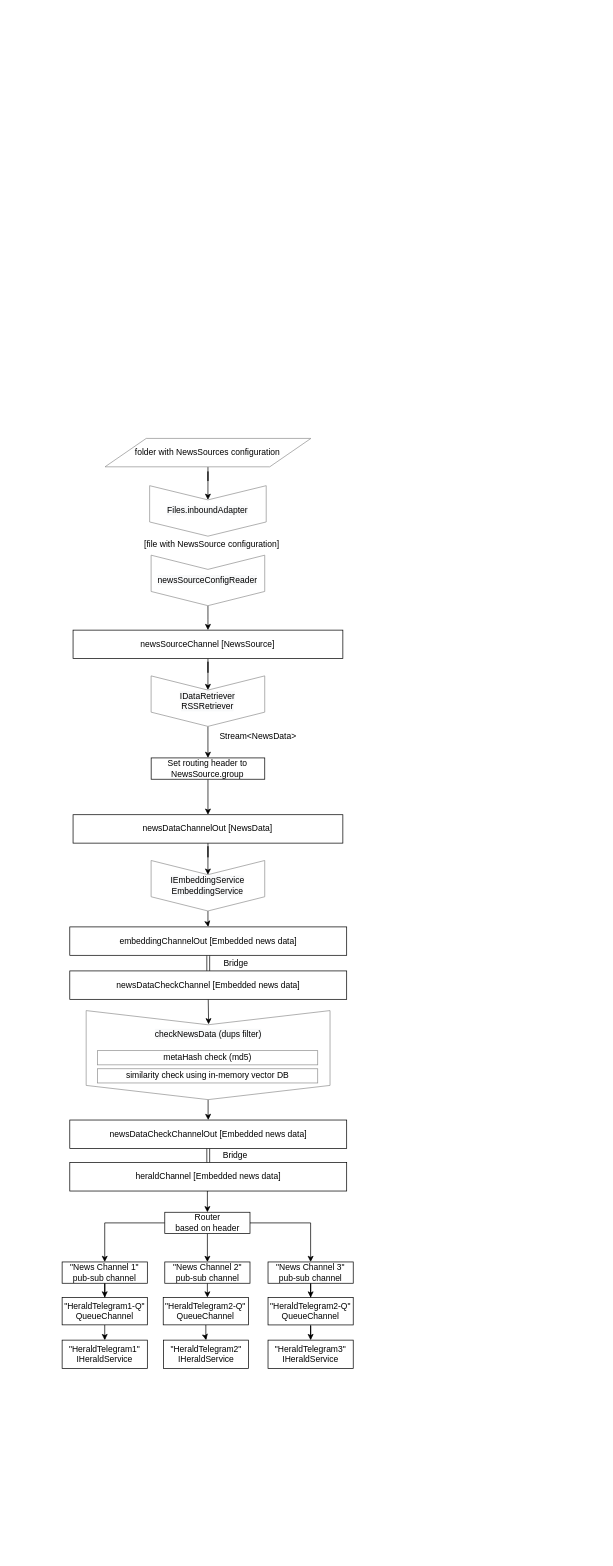
This is doc/llmka_flow_schema.drawio from Sevick/llmka, a draw.io file, before an edit. Source tidied: cells renumbered, new cells numbered last; positions are measured from the earlier drawing's top-left corner, leaving out a move shared by most shapes. Both pictures are drawn from the tidied source at 71%, with x=0, y=0 at pixel (62, 438).
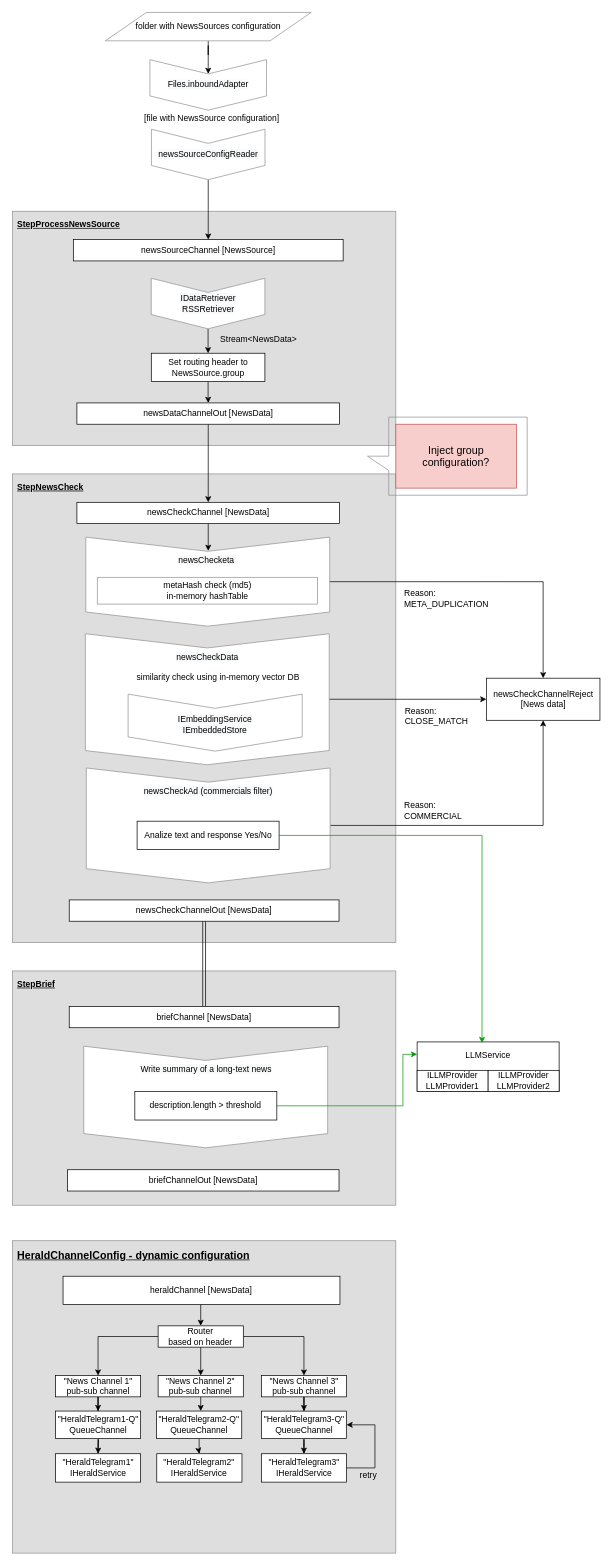
After the change.

The edit, as a diff of the source:
```diff
@@
-    <mxCell id="2" style="edgeStyle=orthogonalEdgeStyle;rounded=0;jettySize=auto;html=1;entryX=0.5;entryY=0;entryDx=0;entryDy=0;" parent="1" edge="1" source="3" target="43">
-      <mxGeometry relative="1" as="geometry" />
-    </mxCell>
+    <mxCell id="52" value="&lt;b&gt;&lt;u&gt;HeraldChannelConfig - dynamic configuration&lt;/u&gt;&lt;/b&gt;" style="rounded=0;whiteSpace=wrap;html=1;labelBackgroundColor=none;strokeColor=#919191;fillColor=#DEDEDE;fontSize=15;fontColor=#000000;align=left;verticalAlign=top;spacingLeft=5;spacingTop=5;" parent="1" vertex="1">
+      <mxGeometry x="-70" y="1130" width="540" height="440" as="geometry" />
+    </mxCell>
+    <mxCell id="53" value="&lt;b&gt;&lt;u&gt;StepProcessNewsSource&lt;/u&gt;&lt;/b&gt;" style="rounded=0;whiteSpace=wrap;html=1;fillColor=#DEDEDE;verticalAlign=top;align=left;spacingTop=5;spacingLeft=5;strokeColor=#919191;" parent="1" vertex="1">
+      <mxGeometry x="-70" y="-320" width="540" height="330" as="geometry" />
+    </mxCell>
+    <mxCell id="54" value="&lt;b&gt;&lt;u&gt;StepBrief&lt;/u&gt;&lt;/b&gt;" style="rounded=0;whiteSpace=wrap;html=1;fillColor=#DEDEDE;align=left;verticalAlign=top;spacingLeft=5;spacingTop=5;strokeColor=#919191;" parent="1" vertex="1">
+      <mxGeometry x="-70" y="750" width="540" height="330" as="geometry" />
+    </mxCell>
+    <mxCell id="55" value="&lt;b&gt;&lt;u&gt;StepNewsCheck&lt;/u&gt;&lt;/b&gt;" style="rounded=0;whiteSpace=wrap;html=1;fillColor=#DEDEDE;verticalAlign=top;align=left;spacingTop=5;spacingLeft=5;strokeColor=#919191;" parent="1" vertex="1">
+      <mxGeometry x="-70" y="50" width="540" height="660" as="geometry" />
+    </mxCell>
+    <mxCell id="56" style="edgeStyle=orthogonalEdgeStyle;rounded=0;jettySize=auto;html=1;entryX=0;entryY=0.5;entryDx=0;entryDy=0;" parent="1" edge="1" source="58" target="65">
+      <mxGeometry relative="1" as="geometry" />
+    </mxCell>
+    <mxCell id="57" value="Reason:&lt;br&gt;CLOSE_MATCH" style="text;html=1;align=left;verticalAlign=middle;labelBackgroundColor=none;" parent="56" vertex="1">
+      <mxGeometry x="-0.2" y="-2" relative="1" as="geometry">
+        <mxPoint x="15.5" y="20.7" as="offset" />
+      </mxGeometry>
+    </mxCell>
+    <mxCell id="58" value="&lt;span style=&quot;background-color: rgb(248 , 249 , 250)&quot;&gt;newsCheckData&lt;/span&gt;&lt;span style=&quot;background-color: rgb(248 , 249 , 250)&quot;&gt;&lt;br&gt;&lt;/span&gt;" style="shape=step;perimeter=stepPerimeter;whiteSpace=wrap;html=1;fixedSize=1;strokeColor=#919191;rotation=90;horizontal=0;verticalAlign=top;spacingTop=19;" parent="1" vertex="1">
+      <mxGeometry x="112.2" y="195.6" width="184.5" height="343.5" as="geometry" />
+    </mxCell>
+    <mxCell id="59" style="edgeStyle=orthogonalEdgeStyle;rounded=0;jettySize=auto;html=1;entryX=0.5;entryY=0;entryDx=0;entryDy=0;" parent="1" edge="1" source="3" target="65">
+      <mxGeometry relative="1" as="geometry" />
+    </mxCell>
+    <mxCell id="60" value="Reason:&lt;br&gt;META_DUPLICATION" style="text;html=1;align=left;verticalAlign=middle;labelBackgroundColor=none;" parent="59" vertex="1">
+      <mxGeometry x="-0.17" y="3" relative="1" as="geometry">
+        <mxPoint x="-78.2" y="26.8" as="offset" />
+      </mxGeometry>
+    </mxCell>
-    <mxCell id="3" value="&lt;span style=&quot;background-color: rgb(248 , 249 , 250)&quot;&gt;checkNewsData (dups filter)&lt;/span&gt;&lt;span style=&quot;background-color: rgb(248 , 249 , 250)&quot;&gt;&lt;br&gt;&lt;/span&gt;" style="shape=step;perimeter=stepPerimeter;whiteSpace=wrap;html=1;fixedSize=1;strokeColor=#919191;rotation=90;horizontal=0;verticalAlign=top;spacingTop=19;" parent="1" vertex="1">
-      <mxGeometry x="142.9" y="696.8" width="125.4" height="343.5" as="geometry" />
+    <mxCell id="3" value="&lt;span style=&quot;background-color: rgb(248 , 249 , 250)&quot;&gt;newsChecketa&amp;nbsp;&lt;/span&gt;&lt;span style=&quot;background-color: rgb(248 , 249 , 250)&quot;&gt;&lt;br&gt;&lt;/span&gt;" style="shape=step;perimeter=stepPerimeter;whiteSpace=wrap;html=1;fixedSize=1;strokeColor=#919191;rotation=90;horizontal=0;verticalAlign=top;spacingTop=19;" parent="1" vertex="1">
+      <mxGeometry x="142.4" y="30" width="125.4" height="343.5" as="geometry" />
     </mxCell>
-    <mxCell id="4" style="edgeStyle=orthogonalEdgeStyle;rounded=0;jettySize=auto;html=1;entryX=0;entryY=0.5;entryDx=0;entryDy=0;fontSize=19;" parent="1" edge="1" source="5" target="34">
-      <mxGeometry relative="1" as="geometry" />
-    </mxCell>
     <mxCell id="5" value="newsSourceChannel [NewsSource]" style="rounded=0;whiteSpace=wrap;html=1;" parent="1" vertex="1">
-      <mxGeometry x="15.4" y="270" width="380" height="40" as="geometry" />
+      <mxGeometry x="15.8" y="-280" width="380" height="30" as="geometry" />
     </mxCell>
@@
-    <mxCell id="7" style="edgeStyle=orthogonalEdgeStyle;rounded=0;jettySize=auto;html=1;entryX=0;entryY=0.5;entryDx=0;entryDy=0;" parent="1" edge="1" source="8" target="38">
+    <mxCell id="7" style="edgeStyle=orthogonalEdgeStyle;rounded=0;jettySize=auto;html=1;entryX=0.5;entryY=0;entryDx=0;entryDy=0;" parent="1" edge="1" source="8" target="40">
       <mxGeometry relative="1" as="geometry" />
     </mxCell>
     <mxCell id="8" value="newsDataChannelOut [NewsData]" style="rounded=0;whiteSpace=wrap;html=1;" parent="1" vertex="1">
-      <mxGeometry x="15.4" y="530" width="380" height="40" as="geometry" />
+      <mxGeometry x="20.8" y="-50" width="370" height="30" as="geometry" />
     </mxCell>
@@
-    <mxCell id="10" style="edgeStyle=orthogonalEdgeStyle;rounded=0;jettySize=auto;html=1;entryX=0.5;entryY=0;entryDx=0;entryDy=0;startArrow=none;startFill=0;fontSize=19;shape=link;" parent="1" edge="1" source="11" target="40">
-      <mxGeometry relative="1" as="geometry" />
-    </mxCell>
-    <mxCell id="11" value="embeddingChannelOut [Embedded news data]" style="rounded=0;whiteSpace=wrap;html=1;" parent="1" vertex="1">
-      <mxGeometry x="10.8" y="688" width="390" height="40" as="geometry" />
-    </mxCell>
@@
     <mxCell id="14" value="&quot;News Channel 1&quot;&lt;br&gt;pub-sub channel" style="rounded=0;whiteSpace=wrap;html=1;" parent="1" vertex="1">
-      <mxGeometry y="1159.9" width="120" height="30" as="geometry" />
+      <mxGeometry x="-9.4" y="1319.9" width="120" height="30" as="geometry" />
     </mxCell>
     <mxCell id="15" style="edgeStyle=orthogonalEdgeStyle;rounded=0;jettySize=auto;html=1;" parent="1" edge="1" source="16">
       <mxGeometry relative="1" as="geometry">
-        <mxPoint x="204.4" y="1210" as="targetPoint" />
+        <mxPoint x="195" y="1370" as="targetPoint" />
       </mxGeometry>
     </mxCell>
     <mxCell id="16" value="&quot;News Channel 2&quot;&lt;br&gt;pub-sub channel" style="rounded=0;whiteSpace=wrap;html=1;" parent="1" vertex="1">
-      <mxGeometry x="144.6" y="1159.9" width="120" height="30" as="geometry" />
+      <mxGeometry x="135.2" y="1319.9" width="120" height="30" as="geometry" />
     </mxCell>
@@
     <mxCell id="18" value="&quot;News Channel 3&quot;&lt;br&gt;pub-sub channel" style="rounded=0;whiteSpace=wrap;html=1;" parent="1" vertex="1">
-      <mxGeometry x="290" y="1159.9" width="120" height="30" as="geometry" />
+      <mxGeometry x="280.6" y="1319.9" width="120" height="30" as="geometry" />
     </mxCell>
@@
     <mxCell id="22" value="Router&lt;br&gt;based on header" style="rounded=0;whiteSpace=wrap;html=1;" parent="1" vertex="1">
-      <mxGeometry x="144.6" y="1089.9" width="120" height="30" as="geometry" />
+      <mxGeometry x="135.2" y="1249.9" width="120" height="30" as="geometry" />
     </mxCell>
@@
     <mxCell id="24" value="Set routing header to NewsSource.group" style="rounded=0;whiteSpace=wrap;html=1;" parent="1" vertex="1">
-      <mxGeometry x="125.4" y="450" width="160" height="30" as="geometry" />
+      <mxGeometry x="125.6" y="-120" width="160" height="40" as="geometry" />
     </mxCell>
     <mxCell id="25" value="&quot;HeraldTelegram2&quot;&lt;br&gt;IHeraldService" style="rounded=0;whiteSpace=wrap;html=1;" parent="1" vertex="1">
-      <mxGeometry x="142.7" y="1270" width="120" height="40" as="geometry" />
+      <mxGeometry x="133.3" y="1430" width="120" height="40" as="geometry" />
     </mxCell>
+    <mxCell id="61" style="edgeStyle=orthogonalEdgeStyle;rounded=0;jettySize=auto;html=1;entryX=1;entryY=0.5;entryDx=0;entryDy=0;exitX=1;exitY=0.5;exitDx=0;exitDy=0;" parent="1" edge="1" source="26" target="51">
+      <mxGeometry relative="1" as="geometry">
+        <Array as="points">
+          <mxPoint x="440.6" y="1450" />
+          <mxPoint x="440.6" y="1389" />
+        </Array>
+      </mxGeometry>
+    </mxCell>
+    <mxCell id="62" value="retry" style="text;html=1;align=center;verticalAlign=middle;labelBackgroundColor=none;" parent="61" vertex="1">
+      <mxGeometry x="-0.43" y="15" relative="1" as="geometry">
+        <mxPoint x="4.4" y="10" as="offset" />
+      </mxGeometry>
+    </mxCell>
     <mxCell id="26" value="&quot;HeraldTelegram3&quot;&lt;br&gt;IHeraldService&lt;br&gt;" style="rounded=0;whiteSpace=wrap;html=1;" parent="1" vertex="1">
-      <mxGeometry x="290" y="1270" width="120" height="40" as="geometry" />
+      <mxGeometry x="280.6" y="1430" width="120" height="40" as="geometry" />
     </mxCell>
     <mxCell id="27" value="&quot;HeraldTelegram1&quot;&lt;br&gt;IHeraldService&lt;br&gt;" style="rounded=0;whiteSpace=wrap;html=1;" parent="1" vertex="1">
-      <mxGeometry y="1270" width="120" height="40" as="geometry" />
+      <mxGeometry x="-9.4" y="1430" width="120" height="40" as="geometry" />
     </mxCell>
-    <mxCell id="28" value="similarity check using in-memory vector DB" style="rounded=0;whiteSpace=wrap;html=1;strokeColor=#919191;" parent="1" vertex="1">
-      <mxGeometry x="50" y="887.8" width="310" height="20" as="geometry" />
-    </mxCell>
@@
     <mxCell id="30" value="&lt;span style=&quot;white-space: normal ; background-color: rgb(248 , 249 , 250)&quot;&gt;Files.inboundAdapter&lt;/span&gt;" style="shape=step;perimeter=stepPerimeter;whiteSpace=wrap;html=1;fixedSize=1;strokeColor=#919191;rotation=90;horizontal=0;" parent="1" vertex="1">
-      <mxGeometry x="169.8" y="20" width="71.1" height="164.2" as="geometry" />
+      <mxGeometry x="170.2" y="-580" width="71.1" height="164.2" as="geometry" />
     </mxCell>
@@
     <mxCell id="32" value="&lt;span style=&quot;white-space: normal ; background-color: rgb(248 , 249 , 250)&quot;&gt;newsSourceConfigReader&lt;/span&gt;" style="shape=step;perimeter=stepPerimeter;whiteSpace=wrap;html=1;fixedSize=1;strokeColor=#919191;rotation=90;horizontal=0;" parent="1" vertex="1">
-      <mxGeometry x="169.8" y="120" width="71.1" height="160" as="geometry" />
+      <mxGeometry x="170.2" y="-480" width="71.1" height="160" as="geometry" />
     </mxCell>
     <mxCell id="33" value="&lt;span style=&quot;white-space: normal&quot;&gt;folder with NewsSources configuration&lt;/span&gt;" style="shape=parallelogram;perimeter=parallelogramPerimeter;whiteSpace=wrap;html=1;strokeColor=#919191;" parent="1" vertex="1">
-      <mxGeometry x="60.4" width="290" height="40" as="geometry" />
+      <mxGeometry x="60.8" y="-600" width="290" height="40" as="geometry" />
     </mxCell>
     <mxCell id="34" value="&lt;span style=&quot;white-space: normal ; background-color: rgb(248 , 249 , 250)&quot;&gt;IDataRetriever&lt;br&gt;RSSRetriever&lt;br&gt;&lt;/span&gt;" style="shape=step;perimeter=stepPerimeter;whiteSpace=wrap;html=1;fixedSize=1;strokeColor=#919191;rotation=90;horizontal=0;" parent="1" vertex="1">
-      <mxGeometry x="169.8" y="290" width="71.1" height="160" as="geometry" />
+      <mxGeometry x="170" y="-270" width="71.1" height="160" as="geometry" />
     </mxCell>
     <mxCell id="35" value="[file with NewsSource configuration]" style="text;html=1;strokeColor=none;fillColor=none;align=center;verticalAlign=middle;whiteSpace=wrap;rounded=0;" parent="1" vertex="1">
-      <mxGeometry x="80.8" y="140" width="260.2" height="20" as="geometry" />
+      <mxGeometry x="81.1" y="-460" width="260.2" height="20" as="geometry" />
     </mxCell>
     <mxCell id="36" value="Stream&amp;lt;NewsData&amp;gt;" style="text;html=1;strokeColor=none;fillColor=none;align=left;verticalAlign=middle;whiteSpace=wrap;rounded=0;" parent="1" vertex="1">
-      <mxGeometry x="220.4" y="410" width="130" height="20" as="geometry" />
+      <mxGeometry x="220.6" y="-150" width="130" height="20" as="geometry" />
     </mxCell>
-    <mxCell id="37" style="edgeStyle=orthogonalEdgeStyle;rounded=0;jettySize=auto;html=1;entryX=0.5;entryY=0;entryDx=0;entryDy=0;" parent="1" edge="1" source="38" target="11">
-      <mxGeometry relative="1" as="geometry" />
-    </mxCell>
-    <mxCell id="38" value="&lt;span style=&quot;background-color: rgb(248 , 249 , 250)&quot;&gt;IEmbeddingService&lt;br&gt;EmbeddingService&lt;br&gt;&lt;/span&gt;" style="shape=step;perimeter=stepPerimeter;whiteSpace=wrap;html=1;fixedSize=1;strokeColor=#919191;rotation=90;horizontal=0;" parent="1" vertex="1">
-      <mxGeometry x="169.8" y="550" width="71.1" height="160" as="geometry" />
+    <mxCell id="38" value="&lt;span style=&quot;background-color: rgb(248 , 249 , 250)&quot;&gt;IEmbeddingService&lt;br&gt;IEmbeddedStore&lt;br&gt;&lt;/span&gt;" style="shape=step;perimeter=stepPerimeter;whiteSpace=wrap;html=1;fixedSize=1;strokeColor=#919191;rotation=90;horizontal=0;spacingTop=5;" parent="1" vertex="1">
+      <mxGeometry x="175.4" y="277.7" width="80.3" height="245.2" as="geometry" />
     </mxCell>
-    <mxCell id="39" value="metaHash check (md5)" style="rounded=0;whiteSpace=wrap;html=1;strokeColor=#919191;" parent="1" vertex="1">
-      <mxGeometry x="50" y="862.3" width="310" height="20" as="geometry" />
+    <mxCell id="39" value="metaHash check (md5)&lt;br&gt;in-memory hashTable" style="rounded=0;whiteSpace=wrap;html=1;strokeColor=#919191;" parent="1" vertex="1">
+      <mxGeometry x="49.5" y="195.6" width="310" height="37.7" as="geometry" />
     </mxCell>
-    <mxCell id="40" value="newsDataCheckChannel [Embedded news data]" style="rounded=0;whiteSpace=wrap;html=1;" parent="1" vertex="1">
-      <mxGeometry x="10.8" y="750" width="390" height="40" as="geometry" />
+    <mxCell id="40" value="newsCheckChannel [NewsData]" style="rounded=0;whiteSpace=wrap;html=1;" parent="1" vertex="1">
+      <mxGeometry x="20.8" y="90" width="370" height="30" as="geometry" />
     </mxCell>
-    <mxCell id="41" value="&lt;font style=&quot;font-size: 12px;&quot;&gt;Bridge&lt;/font&gt;" style="text;html=1;strokeColor=none;fillColor=none;align=center;verticalAlign=middle;whiteSpace=wrap;rounded=0;fontSize=12;" parent="1" vertex="1">
-      <mxGeometry x="224.8" y="733" width="40" height="12" as="geometry" />
-    </mxCell>
-    <mxCell id="42" style="edgeStyle=orthogonalEdgeStyle;rounded=0;jettySize=auto;html=1;entryX=0.5;entryY=0;entryDx=0;entryDy=0;startArrow=none;startFill=0;fontSize=12;shape=link;" parent="1" edge="1" source="43" target="44">
+    <mxCell id="42" style="edgeStyle=orthogonalEdgeStyle;rounded=0;jettySize=auto;html=1;startArrow=none;startFill=0;fontSize=12;shape=link;entryX=0.5;entryY=0;entryDx=0;entryDy=0;exitX=0.5;exitY=1;exitDx=0;exitDy=0;" parent="1" edge="1" source="63" target="64">
       <mxGeometry relative="1" as="geometry" />
     </mxCell>
-    <mxCell id="43" value="newsDataCheckChannelOut [Embedded news data]" style="rounded=0;whiteSpace=wrap;html=1;" parent="1" vertex="1">
-      <mxGeometry x="10.8" y="960" width="390" height="40" as="geometry" />
-    </mxCell>
-    <mxCell id="44" value="heraldChannel [Embedded news data]" style="rounded=0;whiteSpace=wrap;html=1;" parent="1" vertex="1">
-      <mxGeometry x="10.8" y="1020" width="390" height="40" as="geometry" />
+    <mxCell id="44" value="heraldChannel [NewsData]" style="rounded=0;whiteSpace=wrap;html=1;" parent="1" vertex="1">
+      <mxGeometry x="1.3" y="1180" width="390" height="40" as="geometry" />
     </mxCell>
-    <mxCell id="45" value="&lt;font style=&quot;font-size: 12px;&quot;&gt;Bridge&lt;/font&gt;" style="text;html=1;strokeColor=none;fillColor=none;align=center;verticalAlign=middle;whiteSpace=wrap;rounded=0;fontSize=12;" parent="1" vertex="1">
-      <mxGeometry x="223.8" y="1004" width="40" height="12" as="geometry" />
-    </mxCell>
     <mxCell id="46" style="edgeStyle=orthogonalEdgeStyle;rounded=0;jettySize=auto;html=1;" parent="1" edge="1" source="47">
       <mxGeometry relative="1" as="geometry">
-        <mxPoint x="60" y="1270" as="targetPoint" />
+        <mxPoint x="50.6" y="1430" as="targetPoint" />
       </mxGeometry>
     </mxCell>
     <mxCell id="47" value="&quot;HeraldTelegram1-Q&quot;&lt;br&gt;QueueChannel" style="rounded=0;whiteSpace=wrap;html=1;" parent="1" vertex="1">
-      <mxGeometry y="1209.9" width="120" height="38.6" as="geometry" />
+      <mxGeometry x="-9.4" y="1369.9" width="120" height="38.6" as="geometry" />
     </mxCell>
@@
     <mxCell id="49" value="&quot;HeraldTelegram2-Q&quot;&lt;br&gt;QueueChannel" style="rounded=0;whiteSpace=wrap;html=1;" parent="1" vertex="1">
-      <mxGeometry x="142.4" y="1209.9" width="120" height="38.6" as="geometry" />
+      <mxGeometry x="133" y="1369.9" width="120" height="38.6" as="geometry" />
     </mxCell>
@@
-    <mxCell id="51" value="&quot;HeraldTelegram2-Q&quot;&lt;br&gt;QueueChannel" style="rounded=0;whiteSpace=wrap;html=1;" parent="1" vertex="1">
-      <mxGeometry x="290" y="1210" width="120" height="38.6" as="geometry" />
+    <mxCell id="51" value="&quot;HeraldTelegram3-Q&quot;&lt;br&gt;QueueChannel" style="rounded=0;whiteSpace=wrap;html=1;" parent="1" vertex="1">
+      <mxGeometry x="280.6" y="1370" width="120" height="38.6" as="geometry" />
     </mxCell>
+    <mxCell id="63" value="newsCheckChannelOut [NewsData]" style="rounded=0;whiteSpace=wrap;html=1;" parent="1" vertex="1">
+      <mxGeometry x="10" y="650" width="380" height="30" as="geometry" />
+    </mxCell>
+    <mxCell id="64" value="briefChannel [NewsData]" style="rounded=0;whiteSpace=wrap;html=1;" parent="1" vertex="1">
+      <mxGeometry x="10" y="800" width="380" height="30" as="geometry" />
+    </mxCell>
+    <mxCell id="65" value="newsCheckChannelReject &lt;br&gt;[News data]" style="rounded=0;whiteSpace=wrap;html=1;" parent="1" vertex="1">
+      <mxGeometry x="597.5" y="337.7" width="160" height="59.3" as="geometry" />
+    </mxCell>
+    <mxCell id="66" value="&lt;span style=&quot;background-color: rgb(248 , 249 , 250)&quot;&gt;Write summary of a long-text news&lt;br&gt;&lt;/span&gt;" style="shape=step;perimeter=stepPerimeter;whiteSpace=wrap;html=1;fixedSize=1;strokeColor=#919191;rotation=90;horizontal=0;verticalAlign=top;spacingTop=19;" parent="1" vertex="1">
+      <mxGeometry x="130.7" y="755.8" width="143.1" height="343.5" as="geometry" />
+    </mxCell>
+    <mxCell id="67" value="briefChannelOut [NewsData]" style="rounded=0;whiteSpace=wrap;html=1;" parent="1" vertex="1">
+      <mxGeometry x="7.7" y="1030" width="382.3" height="30" as="geometry" />
+    </mxCell>
+    <mxCell id="68" style="edgeStyle=orthogonalEdgeStyle;rounded=0;jettySize=auto;html=1;entryX=0;entryY=0.25;entryDx=0;entryDy=0;strokeColor=#009900;" parent="1" edge="1" source="69" target="74">
+      <mxGeometry relative="1" as="geometry">
+        <Array as="points">
+          <mxPoint x="480" y="940" />
+          <mxPoint x="480" y="868" />
+        </Array>
+      </mxGeometry>
+    </mxCell>
+    <mxCell id="69" value="description.length &amp;gt; threshold" style="rounded=0;whiteSpace=wrap;html=1;verticalAlign=middle;spacingTop=0;" parent="1" vertex="1">
+      <mxGeometry x="102.4" y="920" width="200" height="40" as="geometry" />
+    </mxCell>
+    <mxCell id="70" style="edgeStyle=orthogonalEdgeStyle;rounded=0;jettySize=auto;html=1;entryX=0.5;entryY=1;entryDx=0;entryDy=0;" parent="1" edge="1" source="71" target="65">
+      <mxGeometry relative="1" as="geometry" />
+    </mxCell>
+    <mxCell id="71" value="&lt;span style=&quot;background-color: rgb(248 , 249 , 250)&quot;&gt;newsCheckAd (commercials filter)&lt;/span&gt;&lt;span style=&quot;background-color: rgb(248 , 249 , 250)&quot;&gt;&lt;br&gt;&lt;/span&gt;" style="shape=step;perimeter=stepPerimeter;whiteSpace=wrap;html=1;fixedSize=1;strokeColor=#919191;rotation=90;horizontal=0;verticalAlign=top;spacingTop=19;" parent="1" vertex="1">
+      <mxGeometry x="124.9" y="373.3" width="161.8" height="343.5" as="geometry" />
+    </mxCell>
+    <mxCell id="72" value="Reason:&lt;br&gt;COMMERCIAL" style="text;html=1;align=left;verticalAlign=middle;" parent="1" vertex="1">
+      <mxGeometry x="480" y="509.1" width="100" height="30" as="geometry" />
+    </mxCell>
+    <mxCell id="28" value="similarity check using in-memory vector DB" style="text;html=1;strokeColor=none;fillColor=none;align=center;verticalAlign=middle;whiteSpace=wrap;rounded=0;labelBackgroundColor=none;fontColor=#000000;" parent="1" vertex="1">
+      <mxGeometry x="90" y="326.8" width="260" height="20" as="geometry" />
+    </mxCell>
+    <mxCell id="73" style="group;" parent="1" vertex="1">
+      <mxGeometry x="500" y="850" width="200" height="70" as="geometry" />
+    </mxCell>
+    <mxCell id="74" value="LLMService" style="rounded=0;whiteSpace=wrap;html=1;verticalAlign=top;spacingTop=5;" parent="73" vertex="1">
+      <mxGeometry width="200" height="70" as="geometry" />
+    </mxCell>
+    <mxCell id="75" value="ILLMProvider&lt;br&gt;LLMProvider1" style="rounded=0;whiteSpace=wrap;html=1;verticalAlign=middle;spacingTop=0;" parent="73" vertex="1">
+      <mxGeometry y="40" width="100" height="30" as="geometry" />
+    </mxCell>
+    <mxCell id="76" value="ILLMProvider&lt;br&gt;LLMProvider2" style="rounded=0;whiteSpace=wrap;html=1;verticalAlign=middle;spacingTop=0;" parent="73" vertex="1">
+      <mxGeometry x="100" y="40" width="100" height="30" as="geometry" />
+    </mxCell>
+    <mxCell id="77" value="Analize text and response Yes/No" style="rounded=0;whiteSpace=wrap;html=1;verticalAlign=middle;spacingTop=0;" parent="1" vertex="1">
+      <mxGeometry x="105.6" y="539.1" width="200" height="40" as="geometry" />
+    </mxCell>
+    <mxCell id="78" style="edgeStyle=orthogonalEdgeStyle;rounded=0;jettySize=auto;html=1;entryX=0.457;entryY=0.022;entryDx=0;entryDy=0;entryPerimeter=0;strokeColor=#009900;fontColor=#00CC00;exitX=1;exitY=0.5;exitDx=0;exitDy=0;" parent="1" edge="1" source="77" target="74">
+      <mxGeometry relative="1" as="geometry" />
+    </mxCell>
+    <mxCell id="79" style="shape=callout;whiteSpace=wrap;html=1;perimeter=calloutPerimeter;labelBackgroundColor=none;strokeColor=#919191;fillColor=none;fontColor=#000000;align=left;rotation=90;" parent="1" vertex="1">
+      <mxGeometry x="487.5" y="-87.5" width="110" height="225" as="geometry" />
+    </mxCell>
+    <mxCell id="80" value="Inject group configuration?" style="text;html=1;strokeColor=#b85450;fillColor=#f8cecc;align=center;verticalAlign=middle;whiteSpace=wrap;rounded=0;labelBackgroundColor=none;fontSize=15;" parent="1" vertex="1">
+      <mxGeometry x="470" y="-20" width="170" height="90" as="geometry" />
+    </mxCell>
```
